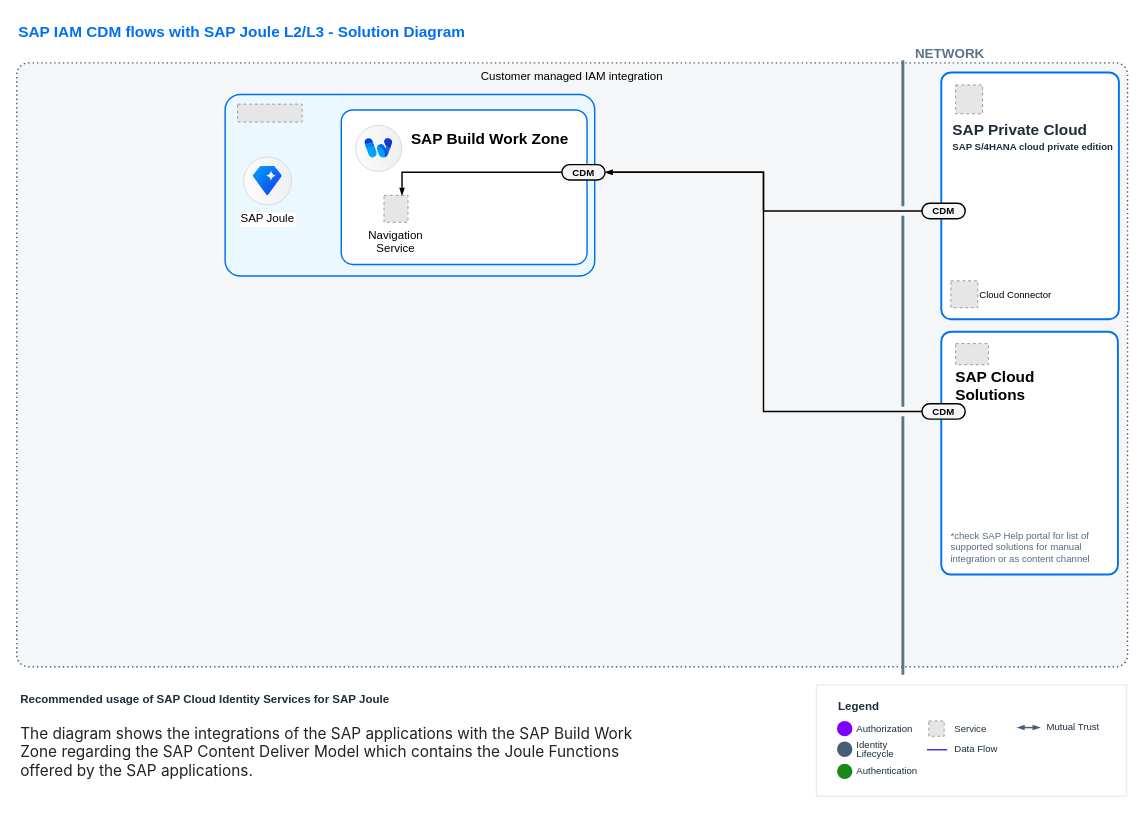
This is docs/ref-arch/RA0019/4-Joule IAM/drawio/public-sap-iam-joule-sd-cdm.drawio from SAP/architecture-center, a draw.io file, before an edit. Source tidied: cells renumbered, new cells numbered last; positions are measured from the earlier drawing's top-left corner, leaving out a move shared by most shapes. Both pictures are drawn from the tidied source at 96%, with x=0, y=0 at pixel (16, 16). Pictures stored in the file or linked from it are replaced by grey dashed boxes.
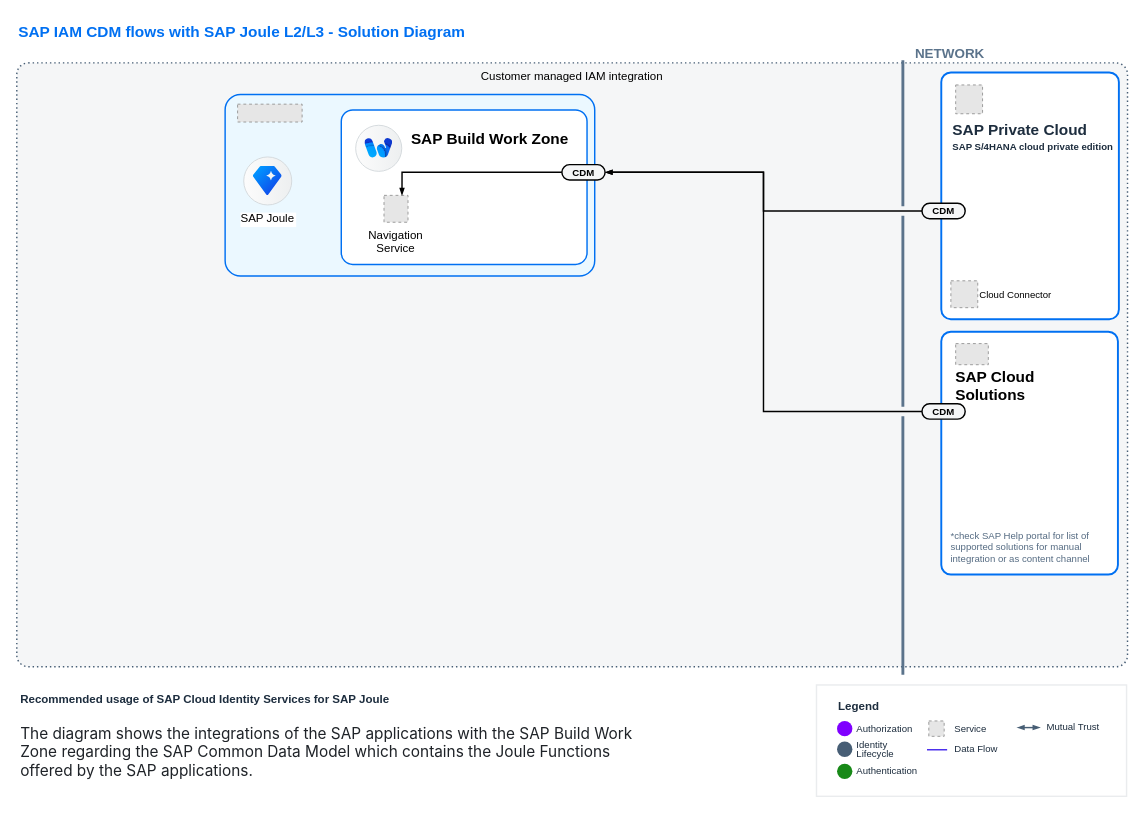
The same page after the edit.

Commit message (it also covers changes not shown here):
fixing typo and CDM descr

The change refers to these unchanged cells:
```xml
<mxCell id="5" style="group;" parent="1" vertex="1">
  <mxGeometry x="2" y="702" width="655" height="95" as="geometry" />
</mxCell>
```

What changed in the source:
```diff
@@
-    <mxCell id="7" value="&lt;span style=&quot;color: rgb(31, 35, 40); font-family: -apple-system, &amp;quot;system-ui&amp;quot;, &amp;quot;Segoe UI&amp;quot;, &amp;quot;Noto Sans&amp;quot;, Helvetica, Arial, sans-serif, &amp;quot;Apple Color Emoji&amp;quot;, &amp;quot;Segoe UI Emoji&amp;quot;; font-size: 16px; background-color: rgb(255, 255, 255);&quot;&gt;The diagram shows the integrations of the SAP applications with the SAP Build Work Zone regarding the SAP Content Deliver Model which contains the Joule Functions offered by the SAP applications.&lt;/span&gt;" style="text;html=1;strokeColor=none;fillColor=none;align=left;verticalAlign=middle;whiteSpace=wrap;overflow=hidden;fontColor=#1D2D3E;" parent="5" vertex="1">
+    <mxCell id="7" value="&lt;span style=&quot;color: rgb(31, 35, 40); font-family: -apple-system, &amp;quot;system-ui&amp;quot;, &amp;quot;Segoe UI&amp;quot;, &amp;quot;Noto Sans&amp;quot;, Helvetica, Arial, sans-serif, &amp;quot;Apple Color Emoji&amp;quot;, &amp;quot;Segoe UI Emoji&amp;quot;; font-size: 16px; background-color: rgb(255, 255, 255);&quot;&gt;The diagram shows the integrations of the SAP applications with the SAP Build Work Zone regarding the SAP Common Data Model which contains the Joule Functions offered by the SAP applications.&lt;/span&gt;" style="text;html=1;strokeColor=none;fillColor=none;align=left;verticalAlign=middle;whiteSpace=wrap;overflow=hidden;fontColor=#1D2D3E;" parent="5" vertex="1">
       <mxGeometry y="32.4" width="653" height="62.6" as="geometry" />
     </mxCell>
```
